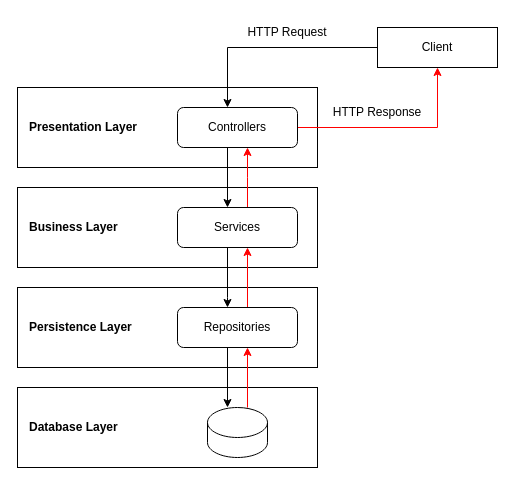
Above: page "Architecture Pattern" (3 of 3) of Diagram.drawio in mksyfla/penelitian-ilmiah (draw.io), before the change. Source tidied: cells renumbered, new cells numbered last; positions are measured from the earlier drawing's top-left corner, leaving out a move shared by most shapes. Both pictures are drawn from the tidied source at 100%, with x=0, y=0 at pixel (17, 17).
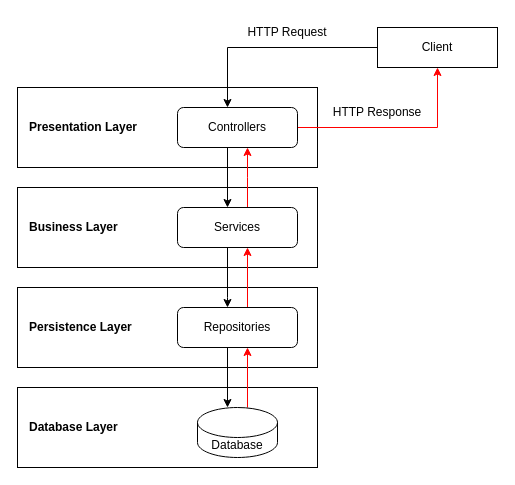
The same diagram, later.

What changed in the source:
```diff
@@
-    <mxCell id="17" style="shape=cylinder3;whiteSpace=wrap;html=1;boundedLbl=1;backgroundOutline=1;size=15;" parent="1" vertex="1">
-      <mxGeometry x="190" y="390" width="60" height="50" as="geometry" />
+    <mxCell id="17" value="Database" style="shape=cylinder3;whiteSpace=wrap;html=1;boundedLbl=1;backgroundOutline=1;size=15;" parent="1" vertex="1">
+      <mxGeometry x="180" y="390" width="80" height="50" as="geometry" />
     </mxCell>
```
